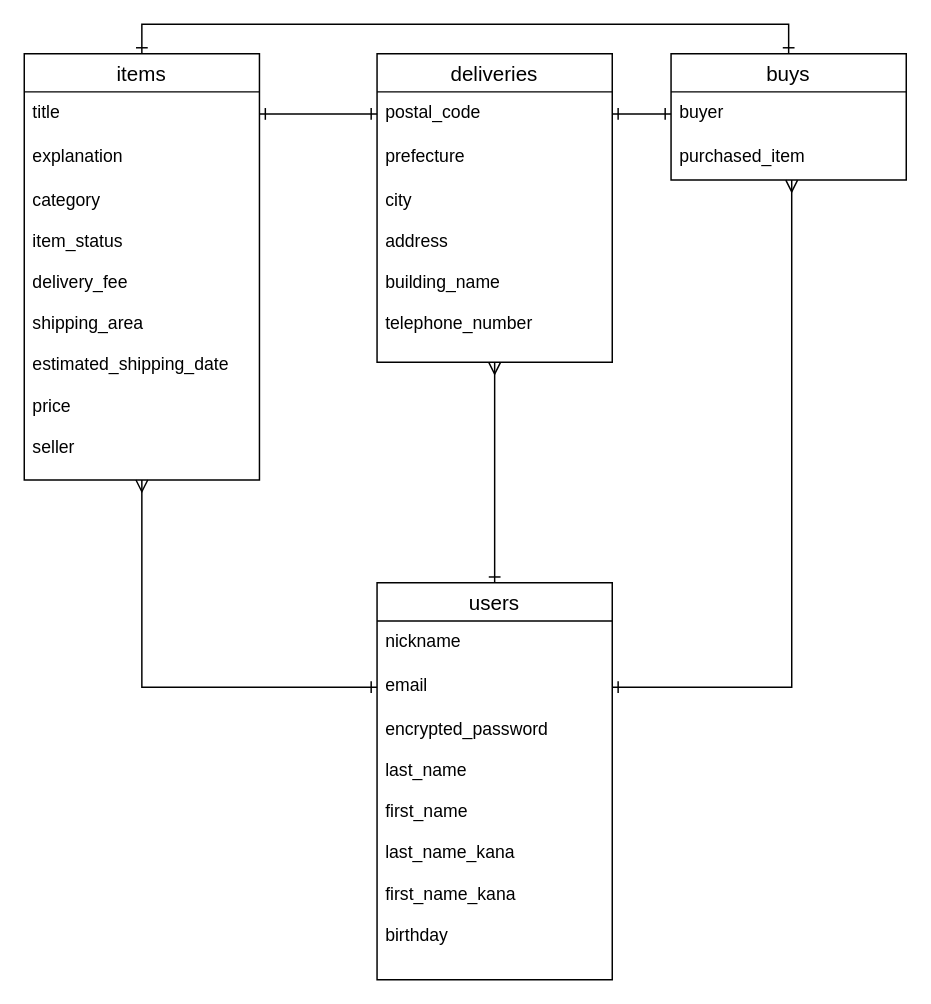
Before: test.dio in NaoFarron/furima-36736, a draw.io diagram. Source tidied: cells renumbered, new cells numbered last; positions are measured from the earlier drawing's top-left corner, leaving out a move shared by most shapes. Both pictures are drawn from the tidied source at 147%, with x=0, y=0 at pixel (24, 53).
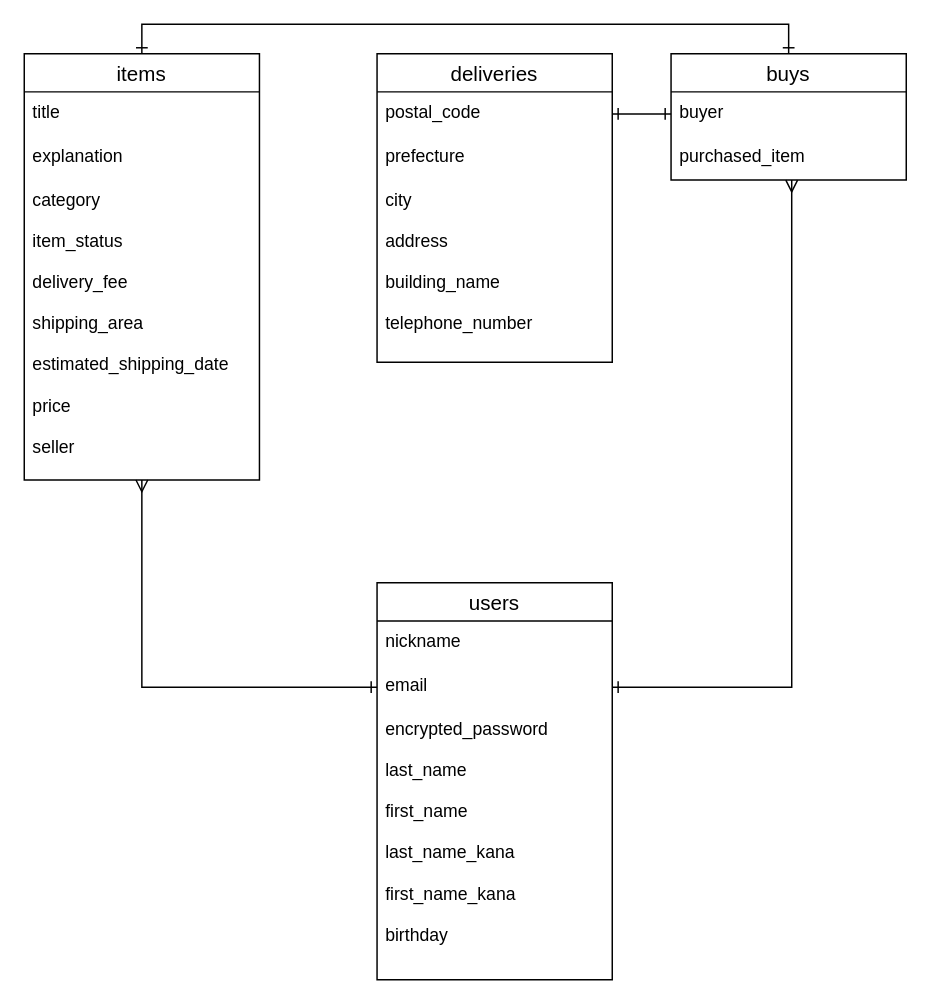
The same diagram, later.

The change refers to these unchanged cells:
```xml
<mxCell id="3" value="users" style="swimlane;fontStyle=0;horizontal=1;startSize=26;align=center;fontSize=14;" parent="1" vertex="1">
  <mxGeometry x="240" y="360" width="160" height="270" as="geometry" />
</mxCell>
<mxCell id="9" value="title" style="text;strokeColor=none;fillColor=none;spacingLeft=4;spacingRight=4;overflow=hidden;points=[[0,0.5],[1,0.5]];portConstraint=eastwest;fontSize=12;" parent="8" vertex="1">
  <mxGeometry y="26" width="160" height="30" as="geometry" />
</mxCell>
<mxCell id="16" value="postal_code" style="text;strokeColor=none;fillColor=none;spacingLeft=4;spacingRight=4;overflow=hidden;points=[[0,0.5],[1,0.5]];portConstraint=eastwest;fontSize=12;" parent="15" vertex="1">
  <mxGeometry y="26" width="160" height="30" as="geometry" />
</mxCell>
<mxCell id="18" value="city&#10;&#10;address&#10;&#10;building_name&#10;&#10;telephone_number&#10;&#10;" style="text;strokeColor=none;fillColor=none;spacingLeft=4;spacingRight=4;overflow=hidden;points=[[0,0.5],[1,0.5]];portConstraint=eastwest;fontSize=12;" parent="15" vertex="1">
  <mxGeometry y="86" width="160" height="124" as="geometry" />
</mxCell>
```

What changed in the source:
```diff
@@
-    <mxCell id="2" style="edgeStyle=orthogonalEdgeStyle;rounded=0;jettySize=auto;html=1;exitX=0.5;exitY=0;exitDx=0;exitDy=0;endArrow=ERmany;endFill=0;entryX=0.5;entryY=1;entryDx=0;entryDy=0;entryPerimeter=0;startArrow=ERone;startFill=0;" parent="1" edge="1" source="3" target="18">
-      <mxGeometry relative="1" as="geometry" />
-    </mxCell>
@@
-    <mxCell id="21" style="edgeStyle=orthogonalEdgeStyle;rounded=0;jettySize=auto;html=1;exitX=1;exitY=0.5;exitDx=0;exitDy=0;entryX=0;entryY=0.5;entryDx=0;entryDy=0;startArrow=ERone;startFill=0;endArrow=ERone;endFill=0;" parent="1" edge="1" source="9" target="16">
-      <mxGeometry relative="1" as="geometry" />
-    </mxCell>
```
